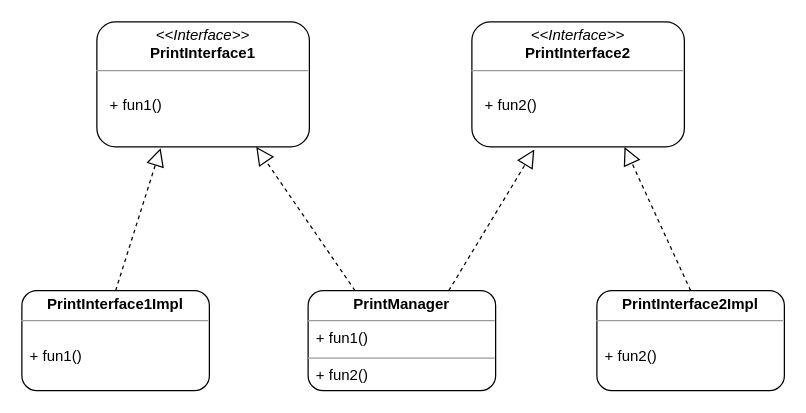
The draw.io diagram kotlin委托接口2.drawio in heiyl/Test, before the edit. Source tidied: cells renumbered, new cells numbered last; positions are measured from the earlier drawing's top-left corner, leaving out a move shared by most shapes. Both pictures are drawn from the tidied source at 125%, with x=0, y=0 at pixel (21, 21).
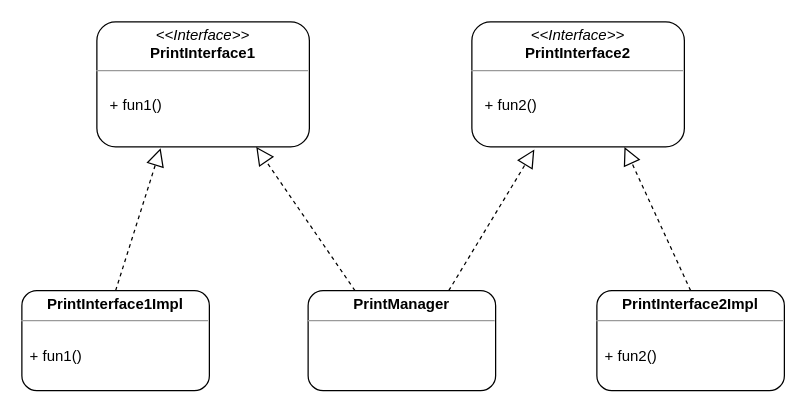
Above is the later version.

Commit message:
更新kotlin委托接口2.drawio

Diff of the diagram source:
```diff
@@
 <mxGraphModel>
   <root>
     <mxCell id="0" />
     <mxCell id="1" parent="0" />
     <mxCell id="2" value="&lt;p style=&quot;margin:0px;margin-top:4px;text-align:center;&quot;&gt;&lt;i&gt;&amp;lt;&amp;lt;Interface&amp;gt;&amp;gt;&lt;/i&gt;&lt;br&gt;&lt;b&gt;PrintInterface1&lt;/b&gt;&lt;/p&gt;&lt;hr size=&quot;1&quot;&gt;&lt;p style=&quot;margin:0px;margin-left:4px;&quot;&gt;&lt;br&gt;&lt;/p&gt;&lt;p style=&quot;margin:0px;margin-left:4px;&quot;&gt;&amp;nbsp; + fun1()&lt;/p&gt;" style="verticalAlign=top;align=left;overflow=fill;fontSize=12;fontFamily=Helvetica;html=1;labelBackgroundColor=none;rounded=1;textDirection=ltr;flipH=1;" parent="1" vertex="1">
       <mxGeometry x="60" width="170" height="100" as="geometry" />
     </mxCell>
     <mxCell id="3" style="endArrow=block;dashed=1;endFill=0;endSize=12;html=1;rounded=1;exitX=0.25;exitY=0;exitDx=0;exitDy=0;labelBackgroundColor=none;fontColor=default;textDirection=ltr;entryX=0.75;entryY=1;entryDx=0;entryDy=0;" parent="1" edge="1" source="5" target="2">
       <mxGeometry relative="1" as="geometry" />
     </mxCell>
     <mxCell id="4" style="endArrow=block;dashed=1;endFill=0;endSize=12;html=1;rounded=1;entryX=0.706;entryY=1.02;entryDx=0;entryDy=0;exitX=0.75;exitY=0;exitDx=0;exitDy=0;labelBackgroundColor=none;fontColor=default;textDirection=ltr;entryPerimeter=0;" parent="1" edge="1" source="5" target="10">
       <mxGeometry relative="1" as="geometry" />
     </mxCell>
-    <mxCell id="5" value="&lt;p style=&quot;margin:0px;margin-top:4px;text-align:center;&quot;&gt;&lt;b&gt;PrintManager&lt;/b&gt;&lt;/p&gt;&lt;hr size=&quot;1&quot;&gt;&amp;nbsp; + fun1()&lt;div style=&quot;height:2px;&quot;&gt;&lt;/div&gt;&lt;hr size=&quot;1&quot;&gt;&lt;div style=&quot;height:2px;&quot;&gt;&amp;nbsp; + fun2()&lt;/div&gt;" style="verticalAlign=top;align=left;overflow=fill;fontSize=12;fontFamily=Helvetica;html=1;labelBackgroundColor=none;rounded=1;textDirection=ltr;flipH=1;flipV=1;" parent="1" vertex="1">
+    <mxCell id="5" value="&lt;p style=&quot;margin:0px;margin-top:4px;text-align:center;&quot;&gt;&lt;b&gt;PrintManager&lt;/b&gt;&lt;/p&gt;&lt;hr size=&quot;1&quot;&gt;" style="verticalAlign=top;align=left;overflow=fill;fontSize=12;fontFamily=Helvetica;html=1;labelBackgroundColor=none;rounded=1;textDirection=ltr;flipH=1;flipV=1;" parent="1" vertex="1">
       <mxGeometry x="229" y="215" width="150" height="80" as="geometry" />
     </mxCell>
     <mxCell id="6" value="&lt;p style=&quot;margin:0px;margin-top:4px;text-align:center;&quot;&gt;&lt;b style=&quot;border-color: var(--border-color);&quot;&gt;PrintInterface1Impl&lt;/b&gt;&lt;br&gt;&lt;/p&gt;&lt;hr size=&quot;1&quot;&gt;&amp;nbsp; &lt;br&gt;&amp;nbsp; + fun1()&lt;div style=&quot;height:2px;&quot;&gt;&lt;/div&gt;&lt;div style=&quot;height:2px;&quot;&gt;&lt;br&gt;&lt;/div&gt;" style="verticalAlign=top;align=left;overflow=fill;fontSize=12;fontFamily=Helvetica;html=1;labelBackgroundColor=none;rounded=1;textDirection=ltr;flipH=1;flipV=1;" parent="1" vertex="1">
       <mxGeometry y="215" width="150" height="80" as="geometry" />
     </mxCell>
     <mxCell id="7" value="&lt;p style=&quot;margin:0px;margin-top:4px;text-align:center;&quot;&gt;&lt;b style=&quot;border-color: var(--border-color);&quot;&gt;PrintInterface2Impl&lt;/b&gt;&lt;br&gt;&lt;/p&gt;&lt;hr size=&quot;1&quot;&gt;&lt;span style=&quot;background-color: initial;&quot;&gt;&lt;br&gt;&amp;nbsp; + fun2()&lt;/span&gt;" style="verticalAlign=top;align=left;overflow=fill;fontSize=12;fontFamily=Helvetica;html=1;labelBackgroundColor=none;rounded=1;textDirection=ltr;flipH=1;flipV=1;" parent="1" vertex="1">
       <mxGeometry x="460" y="215" width="150" height="80" as="geometry" />
     </mxCell>
     <mxCell id="8" style="endArrow=block;dashed=1;endFill=0;endSize=12;html=1;rounded=1;exitX=0.5;exitY=0;exitDx=0;exitDy=0;labelBackgroundColor=none;fontColor=default;entryX=0.282;entryY=1;entryDx=0;entryDy=0;entryPerimeter=0;textDirection=ltr;" parent="1" edge="1" source="7" target="10">
       <mxGeometry relative="1" as="geometry" />
     </mxCell>
     <mxCell id="9" style="endArrow=block;dashed=1;endFill=0;endSize=12;html=1;rounded=1;exitX=0.5;exitY=0;exitDx=0;exitDy=0;labelBackgroundColor=none;fontColor=default;entryX=0.7;entryY=1.01;entryDx=0;entryDy=0;entryPerimeter=0;textDirection=ltr;" parent="1" edge="1" source="6" target="2">
       <mxGeometry relative="1" as="geometry" />
     </mxCell>
     <mxCell id="10" value="&lt;p style=&quot;margin:0px;margin-top:4px;text-align:center;&quot;&gt;&lt;i&gt;&amp;lt;&amp;lt;Interface&amp;gt;&amp;gt;&lt;/i&gt;&lt;br&gt;&lt;b&gt;PrintInterface2&lt;/b&gt;&lt;/p&gt;&lt;hr size=&quot;1&quot;&gt;&lt;p style=&quot;margin:0px;margin-left:4px;&quot;&gt;&lt;br&gt;&lt;/p&gt;&lt;p style=&quot;margin:0px;margin-left:4px;&quot;&gt;&amp;nbsp; + fun2()&lt;/p&gt;" style="verticalAlign=top;align=left;overflow=fill;fontSize=12;fontFamily=Helvetica;html=1;labelBackgroundColor=none;rounded=1;textDirection=ltr;flipH=1;" parent="1" vertex="1">
       <mxGeometry x="360" width="170" height="100" as="geometry" />
     </mxCell>
   </root>
 </mxGraphModel>
```
